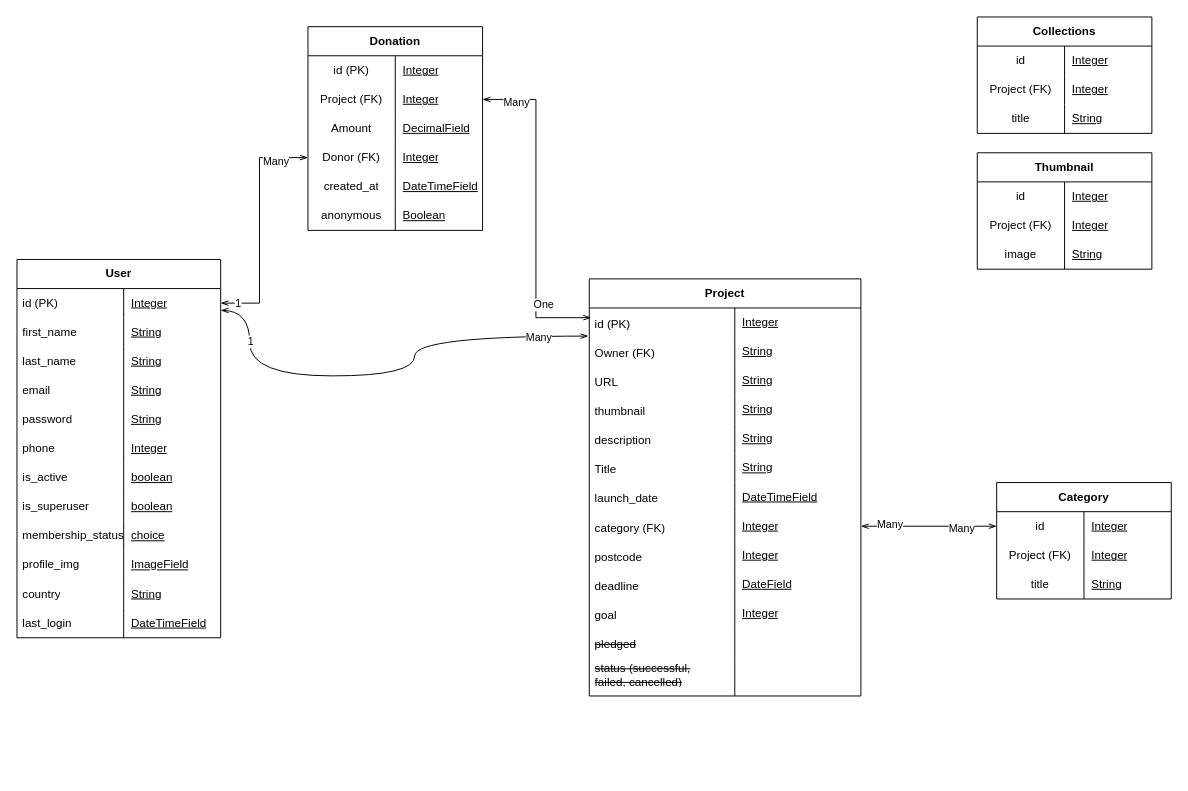
The draw.io diagram CrowdHarbour.drawio in blakerach1/crowdfunding_back_end, before the edit. Source tidied: cells renumbered, new cells numbered last; positions are measured from the earlier drawing's top-left corner, leaving out a move shared by most shapes. Both pictures are drawn from the tidied source at 97%, with x=0, y=0 at pixel (16, 16).
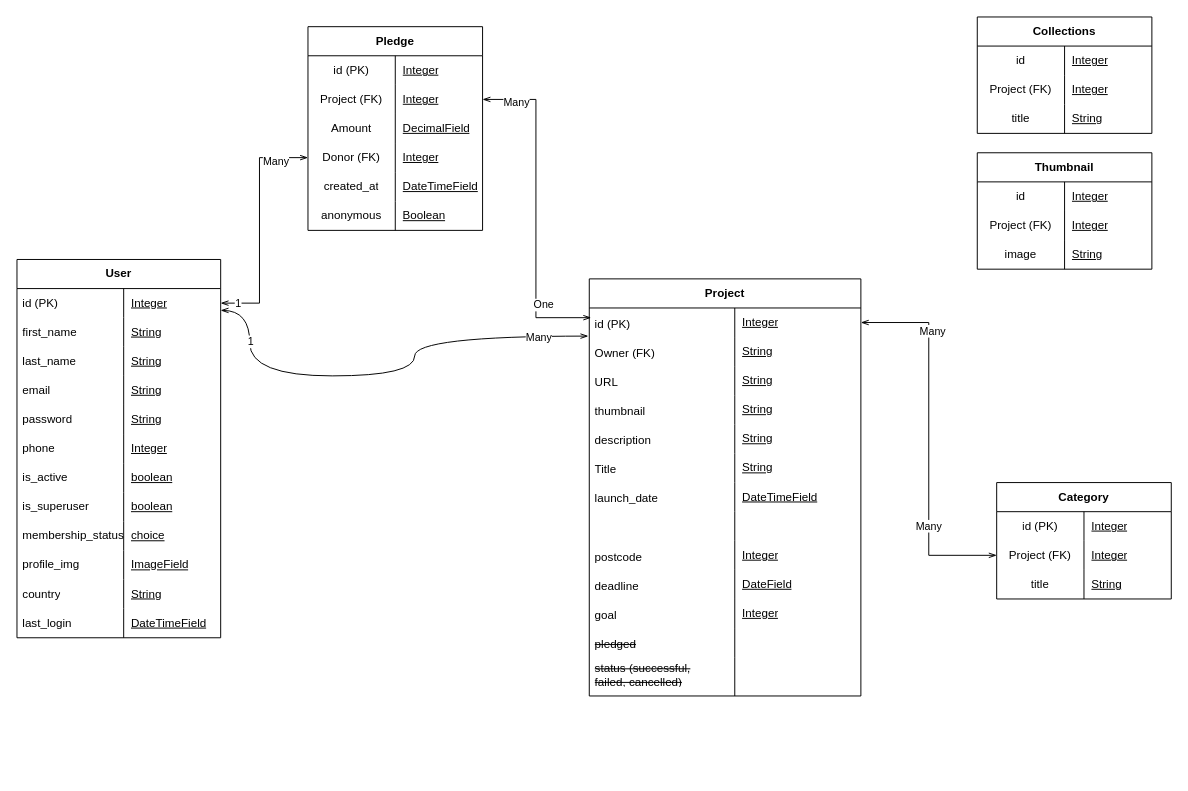
After the change.

Commit message (it also covers changes not shown here):
introducing categories on projects

Unchanged cells that the change refers to:
```xml
<mxCell id="71" style="group;" parent="1" vertex="1">
  <mxGeometry x="590" y="270" width="280" height="510" as="geometry" />
</mxCell>
<mxCell id="73" style="shape=tableRow;horizontal=0;startSize=0;swimlaneHead=0;swimlaneBody=0;fillColor=none;points=[[0,0.5],[1,0.5]];portConstraint=eastwest;top=0;left=0;right=0;bottom=0;html=1;strokeColor=default;align=center;verticalAlign=middle;fontFamily=Helvetica;fontSize=12;fontColor=default;" parent="72" vertex="1">
  <mxGeometry y="30" width="280" height="30" as="geometry" />
</mxCell>
<mxCell id="94" style="shape=tableRow;horizontal=0;startSize=0;swimlaneHead=0;swimlaneBody=0;fillColor=none;points=[[0,0.5],[1,0.5]];portConstraint=eastwest;top=0;left=0;right=0;bottom=0;html=1;strokeColor=default;align=center;verticalAlign=middle;fontFamily=Helvetica;fontSize=12;fontColor=default;" parent="72" vertex="1">
  <mxGeometry y="240" width="280" height="30" as="geometry" />
</mxCell>
<mxCell id="126" style="shape=tableRow;horizontal=0;startSize=0;swimlaneHead=0;swimlaneBody=0;fillColor=none;points=[[0,0.5],[1,0.5]];portConstraint=eastwest;top=0;left=0;right=0;bottom=0;html=1;strokeColor=default;align=center;verticalAlign=middle;fontFamily=Helvetica;fontSize=12;fontColor=default;" parent="125" vertex="1">
  <mxGeometry y="30" width="180" height="30" as="geometry" />
</mxCell>
<mxCell id="129" style="shape=tableRow;horizontal=0;startSize=0;swimlaneHead=0;swimlaneBody=0;fillColor=none;points=[[0,0.5],[1,0.5]];portConstraint=eastwest;top=0;left=0;right=0;bottom=0;html=1;strokeColor=default;align=center;verticalAlign=middle;fontFamily=Helvetica;fontSize=12;fontColor=default;" parent="125" vertex="1">
  <mxGeometry y="60" width="180" height="30" as="geometry" />
</mxCell>
```

The edit, as a diff of the source:
```diff
@@
-    <mxCell id="52" value="Donation" style="shape=table;startSize=30;childLayout=tableLayout;rowLines=0;fontStyle=1;align=center;html=1;whiteSpace=wrap;strokeColor=default;verticalAlign=middle;fontFamily=Helvetica;fontSize=12;fontColor=default;fillColor=default;" parent="1" vertex="1">
+    <mxCell id="52" value="Pledge" style="shape=table;startSize=30;childLayout=tableLayout;rowLines=0;fontStyle=1;align=center;html=1;whiteSpace=wrap;strokeColor=default;verticalAlign=middle;fontFamily=Helvetica;fontSize=12;fontColor=default;fillColor=default;" parent="1" vertex="1">
       <mxGeometry x="300" y="10" width="180" height="210" as="geometry" />
     </mxCell>
@@
-    <mxCell id="96" value="Integer" style="shape=partialRectangle;fillColor=none;top=0;left=0;bottom=0;right=0;align=left;spacingLeft=6;overflow=hidden;html=1;whiteSpace=wrap;strokeColor=default;verticalAlign=middle;fontFamily=Helvetica;fontSize=12;fontColor=default;startSize=30;fontStyle=4;" parent="94" vertex="1">
+    <mxCell id="96" style="shape=partialRectangle;fillColor=none;top=0;left=0;bottom=0;right=0;align=left;spacingLeft=6;overflow=hidden;html=1;whiteSpace=wrap;strokeColor=default;verticalAlign=middle;fontFamily=Helvetica;fontSize=12;fontColor=default;startSize=30;fontStyle=4;" parent="94" vertex="1">
       <mxGeometry x="150" width="130" height="30" as="geometry" />
     </mxCell>
@@
-    <mxCell id="118" value="category (FK)" style="text;strokeColor=none;fillColor=none;align=left;verticalAlign=middle;spacingLeft=4;spacingRight=4;overflow=hidden;whiteSpace=wrap;html=1;" parent="71" vertex="1">
-      <mxGeometry y="242" width="140" height="30" as="geometry" />
-    </mxCell>
@@
-    <mxCell id="127" value="&lt;span style=&quot;font-weight: normal;&quot;&gt;id&lt;/span&gt;" style="shape=partialRectangle;fillColor=none;top=0;left=0;bottom=0;right=0;fontStyle=1;overflow=hidden;html=1;whiteSpace=wrap;strokeColor=default;align=center;verticalAlign=middle;fontFamily=Helvetica;fontSize=12;fontColor=default;startSize=30;" parent="126" vertex="1">
+    <mxCell id="127" value="&lt;span style=&quot;font-weight: normal;&quot;&gt;id (PK)&lt;/span&gt;" style="shape=partialRectangle;fillColor=none;top=0;left=0;bottom=0;right=0;fontStyle=1;overflow=hidden;html=1;whiteSpace=wrap;strokeColor=default;align=center;verticalAlign=middle;fontFamily=Helvetica;fontSize=12;fontColor=default;startSize=30;" parent="126" vertex="1">
       <mxGeometry width="90" height="30" as="geometry" />
     </mxCell>
@@
-    <mxCell id="164" style="edgeStyle=orthogonalEdgeStyle;rounded=0;jettySize=auto;html=1;exitX=1;exitY=0.5;exitDx=0;exitDy=0;entryX=0;entryY=0.5;entryDx=0;entryDy=0;startArrow=openThin;startFill=0;endArrow=openThin;endFill=0;" parent="1" edge="1" source="94" target="126">
+    <mxCell id="164" style="edgeStyle=orthogonalEdgeStyle;rounded=0;jettySize=auto;html=1;exitX=1;exitY=0.5;exitDx=0;exitDy=0;entryX=0;entryY=0.5;entryDx=0;entryDy=0;startArrow=openThin;startFill=0;endArrow=openThin;endFill=0;" parent="1" edge="1" source="73" target="129">
       <mxGeometry relative="1" as="geometry" />
     </mxCell>
```
